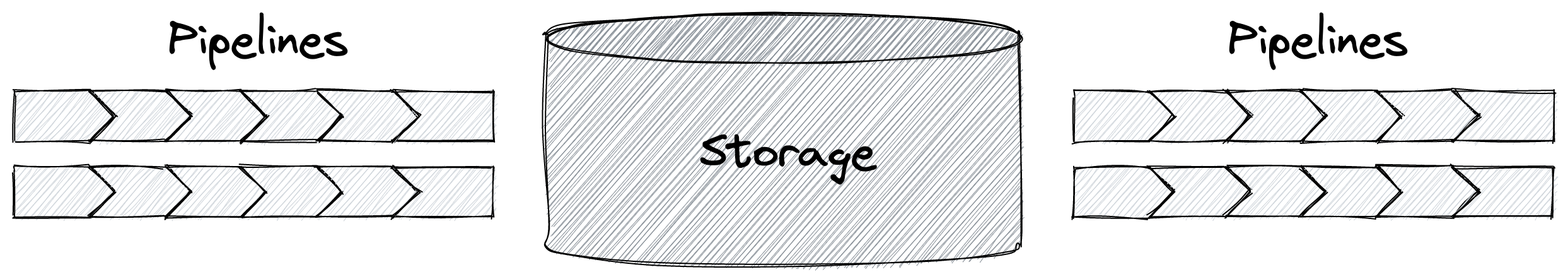
Above: web/static/img/readme/building-blocks.excalidraw.light.png in tenzir/tenzir (Excalidraw), before the change. Source tidied: one line per element, renumbered; positions are measured from the earlier drawing's top-left corner, leaving out a move shared by most shapes. Its diagram source:
```json
{"id": 0, "type": "line", "strokeColor": "#000000", "backgroundColor": "#868e96", "fillStyle": "hachure", "strokeWidth": 1, "roughness": 1, "round": true, "x": 423, "y": 17, "width": 378, "height": 200, "points": [[0, 0], [-3, 75], [1, 151], [0, 168], [19, 175], [87, 182], [200, 184], [309, 180], [366, 173], [374, 167], [375, 153], [375, 13], [373, -1], [348, -8], [298, -12], [182, -16], [89, -14], [16, -6], [0, 0], [0, 0]]}
{"id": 1, "type": "ellipse", "strokeColor": "#000000", "backgroundColor": "#868e96", "fillStyle": "hachure", "strokeWidth": 1, "roughness": 1, "x": 422, "y": 1, "width": 377, "height": 39}
{"id": 2, "type": "line", "strokeColor": "#000000", "backgroundColor": "#ced4da", "fillStyle": "hachure", "strokeWidth": 1, "roughness": 1, "x": 1, "y": 126, "width": 80, "height": 40, "points": [[0, 0], [-1, 36], [59, 36], [79, 16], [59, -4], [-1, -4]]}
{"id": 3, "type": "line", "strokeColor": "#000000", "backgroundColor": "#ced4da", "fillStyle": "hachure", "strokeWidth": 1, "roughness": 1, "x": 300, "y": 122, "width": 80, "height": 40, "points": [[0, 0], [20, 20], [0, 40], [80, 40], [80, 0], [0, 0]]}
{"id": 4, "type": "line", "strokeColor": "#000000", "backgroundColor": "#ced4da", "fillStyle": "hachure", "strokeWidth": 1, "roughness": 1, "x": 60, "y": 122, "width": 80, "height": 40, "points": [[0, 0], [20, 20], [0, 40], [60, 40], [80, 20], [60, 0], [0, 0]]}
{"id": 5, "type": "line", "strokeColor": "#000000", "backgroundColor": "#ced4da", "fillStyle": "hachure", "strokeWidth": 1, "roughness": 1, "x": 122, "y": 122, "width": 80, "height": 40, "points": [[0, 0], [18, 20], [-2, 40], [58, 40], [78, 20], [58, 0], [-2, 0]]}
{"id": 6, "type": "line", "strokeColor": "#000000", "backgroundColor": "#ced4da", "fillStyle": "hachure", "strokeWidth": 1, "roughness": 1, "x": 180, "y": 122, "width": 80, "height": 40, "points": [[0, 0], [20, 20], [0, 40], [60, 40], [80, 20], [60, 0], [0, 0]]}
{"id": 7, "type": "line", "strokeColor": "#000000", "backgroundColor": "#ced4da", "fillStyle": "hachure", "strokeWidth": 1, "roughness": 1, "x": 241, "y": 123, "width": 82, "height": 40, "points": [[0, 0], [19, 18], [-1, 38], [59, 38], [81, 18], [59, -2], [-1, -2]]}
{"id": 8, "type": "line", "strokeColor": "#000000", "backgroundColor": "#ced4da", "fillStyle": "hachure", "strokeWidth": 1, "roughness": 1, "x": 1, "y": 66, "width": 80, "height": 40, "points": [[0, 0], [-1, 36], [59, 36], [79, 16], [59, -4], [-1, -4]]}
{"id": 9, "type": "line", "strokeColor": "#000000", "backgroundColor": "#ced4da", "fillStyle": "hachure", "strokeWidth": 1, "roughness": 1, "x": 300, "y": 62, "width": 80, "height": 40, "points": [[0, 0], [20, 20], [0, 40], [80, 40], [80, 0], [0, 0]]}
{"id": 10, "type": "line", "strokeColor": "#000000", "backgroundColor": "#ced4da", "fillStyle": "hachure", "strokeWidth": 1, "roughness": 1, "x": 60, "y": 62, "width": 80, "height": 40, "points": [[0, 0], [20, 20], [0, 40], [60, 40], [80, 20], [60, 0], [0, 0]]}
{"id": 11, "type": "line", "strokeColor": "#000000", "backgroundColor": "#ced4da", "fillStyle": "hachure", "strokeWidth": 1, "roughness": 1, "x": 122, "y": 62, "width": 80, "height": 40, "points": [[0, 0], [18, 20], [-2, 40], [58, 40], [78, 20], [58, 0], [-2, 0]]}
{"id": 12, "type": "line", "strokeColor": "#000000", "backgroundColor": "#ced4da", "fillStyle": "hachure", "strokeWidth": 1, "roughness": 1, "x": 180, "y": 62, "width": 80, "height": 40, "points": [[0, 0], [20, 20], [0, 40], [60, 40], [80, 20], [60, 0], [0, 0]]}
{"id": 13, "type": "line", "strokeColor": "#000000", "backgroundColor": "#ced4da", "fillStyle": "hachure", "strokeWidth": 1, "roughness": 1, "x": 241, "y": 63, "width": 82, "height": 40, "points": [[0, 0], [19, 18], [-1, 38], [59, 38], [81, 18], [59, -2], [-1, -2]]}
{"id": 14, "type": "text", "text": "Storage", "strokeColor": "#000000", "backgroundColor": "#ced4da", "fillStyle": "solid", "strokeWidth": 1, "strokeStyle": "dotted", "roughness": 1, "fontSize": 36, "fontFamily": 1, "textAlign": "center", "x": 543, "y": 89, "width": 141, "height": 46}
{"id": 15, "type": "text", "text": "Pipelines", "strokeColor": "#000000", "backgroundColor": "#ced4da", "fillStyle": "solid", "strokeWidth": 1, "strokeStyle": "dotted", "roughness": 1, "fontSize": 36, "fontFamily": 1, "textAlign": "center", "x": 121, "y": 0, "width": 145, "height": 46}
{"id": 16, "type": "line", "strokeColor": "#000000", "backgroundColor": "#ced4da", "fillStyle": "hachure", "strokeWidth": 1, "roughness": 1, "x": 841, "y": 126, "width": 80, "height": 40, "points": [[0, 0], [-1, 36], [59, 36], [79, 16], [59, -4], [-1, -4]]}
{"id": 17, "type": "line", "strokeColor": "#000000", "backgroundColor": "#ced4da", "fillStyle": "hachure", "strokeWidth": 1, "roughness": 1, "x": 1141, "y": 122, "width": 80, "height": 40, "points": [[0, 0], [20, 20], [0, 40], [80, 40], [80, 0], [0, 0]]}
{"id": 18, "type": "line", "strokeColor": "#000000", "backgroundColor": "#ced4da", "fillStyle": "hachure", "strokeWidth": 1, "roughness": 1, "x": 901, "y": 122, "width": 80, "height": 40, "points": [[0, 0], [20, 20], [0, 40], [60, 40], [80, 20], [60, 0], [0, 0]]}
{"id": 19, "type": "line", "strokeColor": "#000000", "backgroundColor": "#ced4da", "fillStyle": "hachure", "strokeWidth": 1, "roughness": 1, "x": 962, "y": 122, "width": 80, "height": 40, "points": [[0, 0], [18, 20], [-2, 40], [58, 40], [78, 20], [58, 0], [-2, 0]]}
{"id": 20, "type": "line", "strokeColor": "#000000", "backgroundColor": "#ced4da", "fillStyle": "hachure", "strokeWidth": 1, "roughness": 1, "x": 1021, "y": 122, "width": 80, "height": 40, "points": [[0, 0], [20, 20], [0, 40], [60, 40], [80, 20], [60, 0], [0, 0]]}
{"id": 21, "type": "line", "strokeColor": "#000000", "backgroundColor": "#ced4da", "fillStyle": "hachure", "strokeWidth": 1, "roughness": 1, "x": 1082, "y": 123, "width": 82, "height": 40, "points": [[0, 0], [19, 18], [-1, 38], [59, 38], [81, 18], [59, -2], [-1, -2]]}
{"id": 22, "type": "line", "strokeColor": "#000000", "backgroundColor": "#ced4da", "fillStyle": "hachure", "strokeWidth": 1, "roughness": 1, "x": 841, "y": 66, "width": 80, "height": 40, "points": [[0, 0], [-1, 36], [59, 36], [79, 16], [59, -4], [-1, -4]]}
{"id": 23, "type": "line", "strokeColor": "#000000", "backgroundColor": "#ced4da", "fillStyle": "hachure", "strokeWidth": 1, "roughness": 1, "x": 1141, "y": 62, "width": 80, "height": 40, "points": [[0, 0], [20, 20], [0, 40], [80, 40], [80, 0], [0, 0]]}
{"id": 24, "type": "line", "strokeColor": "#000000", "backgroundColor": "#ced4da", "fillStyle": "hachure", "strokeWidth": 1, "roughness": 1, "x": 901, "y": 62, "width": 80, "height": 40, "points": [[0, 0], [20, 20], [0, 40], [60, 40], [80, 20], [60, 0], [0, 0]]}
{"id": 25, "type": "line", "strokeColor": "#000000", "backgroundColor": "#ced4da", "fillStyle": "hachure", "strokeWidth": 1, "roughness": 1, "x": 963, "y": 62, "width": 80, "height": 40, "points": [[0, 0], [18, 20], [-2, 40], [58, 40], [78, 20], [58, 0], [-2, 0]]}
{"id": 26, "type": "line", "strokeColor": "#000000", "backgroundColor": "#ced4da", "fillStyle": "hachure", "strokeWidth": 1, "roughness": 1, "x": 1021, "y": 62, "width": 80, "height": 40, "points": [[0, 0], [20, 20], [0, 40], [60, 40], [80, 20], [60, 0], [0, 0]]}
{"id": 27, "type": "line", "strokeColor": "#000000", "backgroundColor": "#ced4da", "fillStyle": "hachure", "strokeWidth": 1, "roughness": 1, "x": 1082, "y": 63, "width": 82, "height": 40, "points": [[0, 0], [19, 18], [-1, 38], [59, 38], [81, 18], [59, -2], [-1, -2]]}
{"id": 28, "type": "text", "text": "Pipelines", "strokeColor": "#000000", "backgroundColor": "#ced4da", "fillStyle": "solid", "strokeWidth": 1, "strokeStyle": "dotted", "roughness": 1, "fontSize": 36, "fontFamily": 1, "textAlign": "center", "x": 962, "y": 0, "width": 145, "height": 46}
```
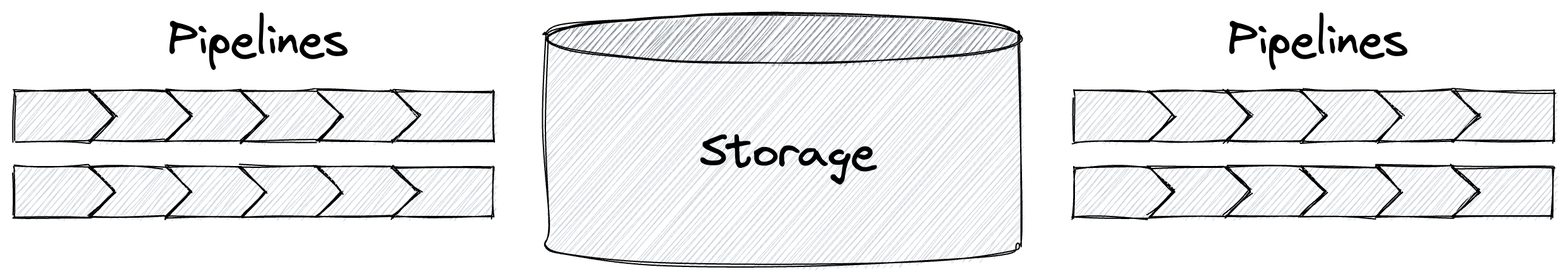
The same file after the commit.

Diff of the diagram source:
```diff
@@ -1,4 +1,4 @@
-{"id": 0, "type": "line", "strokeColor": "#000000", "backgroundColor": "#868e96", "fillStyle": "hachure", "strokeWidth": 1, "roughness": 1, "round": true, "x": 423, "y": 17, "width": 378, "height": 200, "points": [[0, 0], [-3, 75], [1, 151], [0, 168], [19, 175], [87, 182], [200, 184], [309, 180], [366, 173], [374, 167], [375, 153], [375, 13], [373, -1], [348, -8], [298, -12], [182, -16], [89, -14], [16, -6], [0, 0], [0, 0]]}
+{"id": 0, "type": "line", "strokeColor": "#000000", "backgroundColor": "#ced4da", "fillStyle": "hachure", "strokeWidth": 1, "roughness": 1, "round": true, "x": 423, "y": 17, "width": 378, "height": 200, "points": [[0, 0], [-3, 75], [1, 151], [0, 168], [19, 175], [87, 182], [200, 184], [309, 180], [366, 173], [374, 167], [375, 153], [375, 13], [373, -1], [348, -8], [298, -12], [182, -16], [89, -14], [16, -6], [0, 0], [0, 0]]}
 {"id": 1, "type": "ellipse", "strokeColor": "#000000", "backgroundColor": "#868e96", "fillStyle": "hachure", "strokeWidth": 1, "roughness": 1, "x": 422, "y": 1, "width": 377, "height": 39}
 {"id": 2, "type": "line", "strokeColor": "#000000", "backgroundColor": "#ced4da", "fillStyle": "hachure", "strokeWidth": 1, "roughness": 1, "x": 1, "y": 126, "width": 80, "height": 40, "points": [[0, 0], [-1, 36], [59, 36], [79, 16], [59, -4], [-1, -4]]}
 {"id": 3, "type": "line", "strokeColor": "#000000", "backgroundColor": "#ced4da", "fillStyle": "hachure", "strokeWidth": 1, "roughness": 1, "x": 300, "y": 122, "width": 80, "height": 40, "points": [[0, 0], [20, 20], [0, 40], [80, 40], [80, 0], [0, 0]]}
```
